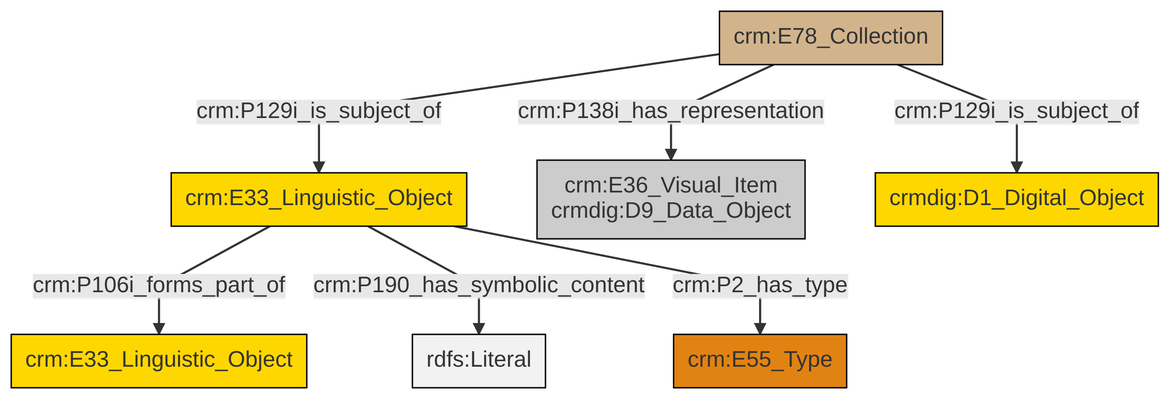
Above: et/archivalCSV/ttl/mmd/png/archival_docs.png in swiss-art-research-net/docs.swissartresearch (Mermaid), before the change. Its source is kept beside it as et/archivalCSV/ttl/mmd/archival_docs.ttl.mmd.
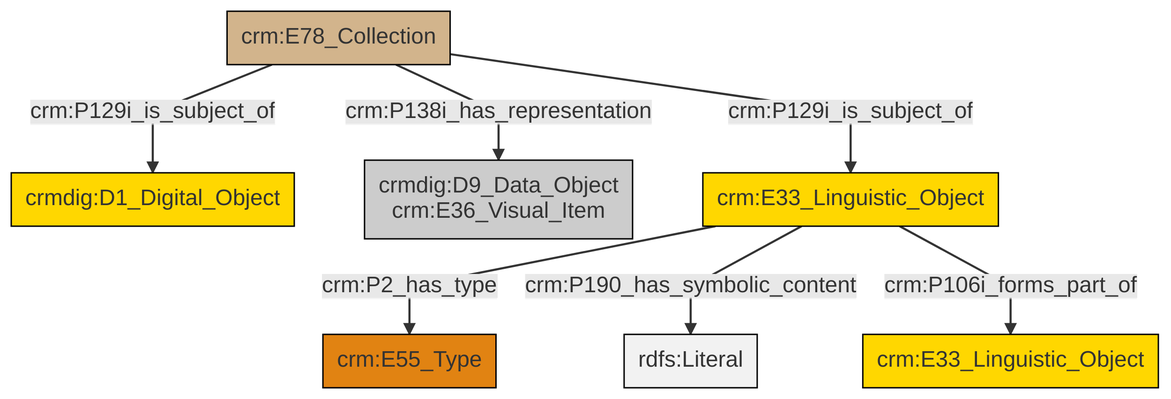
Above is the later version.

The edit, as a diff of the source:
```diff
@@ -13,9 +13,9 @@
 classDef PC_Classes fill:#4ce600, stroke:#000000;
 classDef Multi fill:#cccccc,stroke:#000000;
 
-2["crm:E33_Linguistic_Object"]:::Conceptual_Object -->|crm:P106i_forms_part_of| 3["crm:E33_Linguistic_Object"]:::Conceptual_Object
-2["crm:E33_Linguistic_Object"]:::Conceptual_Object -->|crm:P190_has_symbolic_content| 8[rdfs:Literal]:::Literal
-2["crm:E33_Linguistic_Object"]:::Conceptual_Object -->|crm:P2_has_type| 0["crm:E55_Type"]:::Type
-9["crm:E78_Collection"]:::Physical_Thing -->|crm:P129i_is_subject_of| 2["crm:E33_Linguistic_Object"]:::Conceptual_Object
-9["crm:E78_Collection"]:::Physical_Thing -->|crm:P138i_has_representation| 5["crm:E36_Visual_Item<br>crmdig:D9_Data_Object"]:::Multi
-9["crm:E78_Collection"]:::Physical_Thing -->|crm:P129i_is_subject_of| 11["crmdig:D1_Digital_Object"]:::Conceptual_Object
+2["crm:E78_Collection"]:::Physical_Thing -->|crm:P129i_is_subject_of| 0["crmdig:D1_Digital_Object"]:::Conceptual_Object
+2["crm:E78_Collection"]:::Physical_Thing -->|crm:P129i_is_subject_of| 6["crm:E33_Linguistic_Object"]:::Conceptual_Object
+6["crm:E33_Linguistic_Object"]:::Conceptual_Object -->|crm:P2_has_type| 7["crm:E55_Type"]:::Type
+6["crm:E33_Linguistic_Object"]:::Conceptual_Object -->|crm:P190_has_symbolic_content| 8[rdfs:Literal]:::Literal
+2["crm:E78_Collection"]:::Physical_Thing -->|crm:P138i_has_representation| 4["crmdig:D9_Data_Object<br>crm:E36_Visual_Item"]:::Multi
+6["crm:E33_Linguistic_Object"]:::Conceptual_Object -->|crm:P106i_forms_part_of| 10["crm:E33_Linguistic_Object"]:::Conceptual_Object
```
